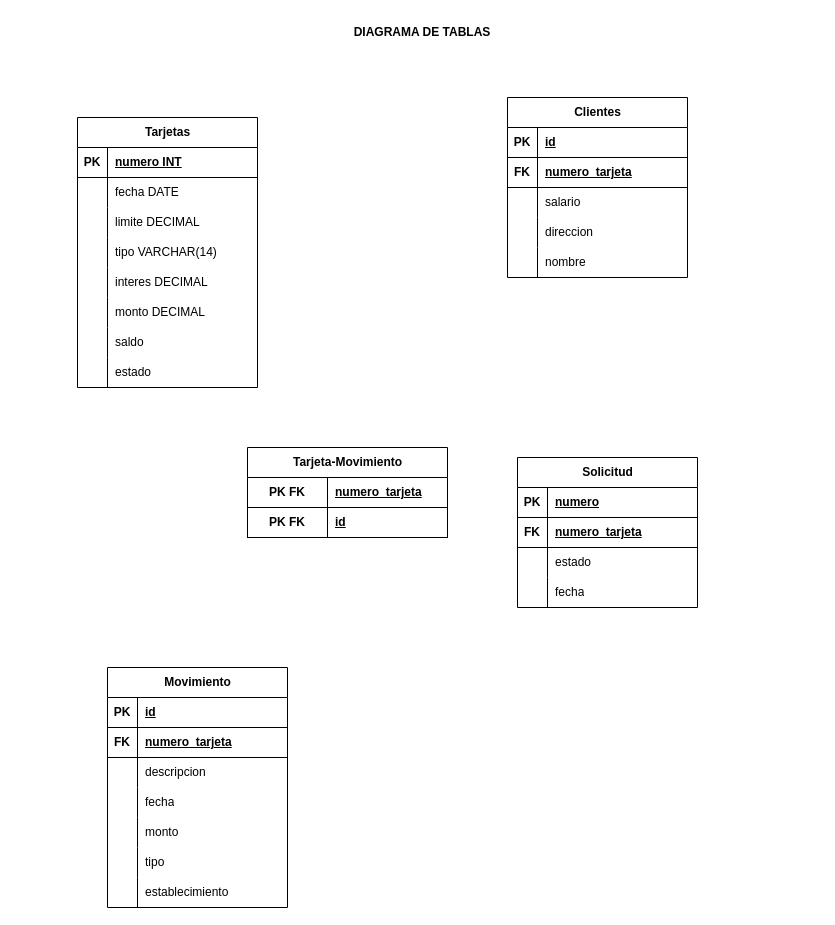
This is diagramaTablas.drawio from MynorDaniel/gestor-tarjetas-de-credito, a draw.io file, before an edit. Source tidied: cells renumbered, new cells numbered last; positions are measured from the earlier drawing's top-left corner, leaving out a move shared by most shapes. Both pictures are drawn from the tidied source at 100%, with x=0, y=0 at pixel (77, 17).
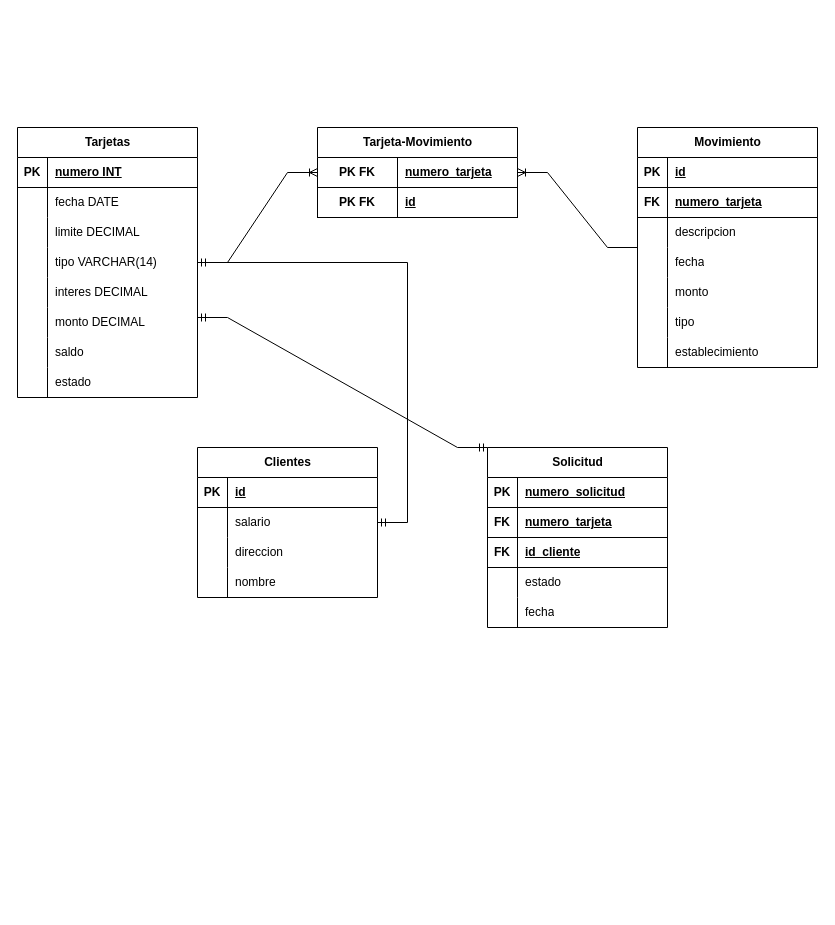
The same page after the edit.

Unchanged cells that the change refers to:
```xml
<mxCell id="3" style="shape=tableRow;horizontal=0;startSize=0;swimlaneHead=0;swimlaneBody=0;fillColor=none;top=0;left=0;right=0;bottom=1;" parent="2" vertex="1">
  <mxGeometry y="30" width="180" height="30" as="geometry" />
</mxCell>
```

Diff of the diagram source:
```diff
@@
     <mxCell id="2" value="Solicitud" style="shape=table;startSize=30;childLayout=tableLayout;rowLines=0;fontStyle=1;align=center;html=1;" parent="1" vertex="1">
-      <mxGeometry x="440" y="440" width="180" height="150" as="geometry" />
+      <mxGeometry x="410" y="430" width="180" height="180" as="geometry" />
     </mxCell>
@@
-    <mxCell id="5" value="numero" style="shape=partialRectangle;fillColor=none;top=0;left=0;bottom=0;right=0;align=left;spacingLeft=6;fontStyle=5;overflow=hidden;whiteSpace=wrap;html=1;" parent="3" vertex="1">
+    <mxCell id="5" value="numero_solicitud" style="shape=partialRectangle;fillColor=none;top=0;left=0;bottom=0;right=0;align=left;spacingLeft=6;fontStyle=5;overflow=hidden;whiteSpace=wrap;html=1;" parent="3" vertex="1">
       <mxGeometry x="30" width="150" height="30" as="geometry" />
     </mxCell>
@@
+    <mxCell id="86" style="shape=tableRow;horizontal=0;startSize=0;swimlaneHead=0;swimlaneBody=0;fillColor=none;top=0;left=0;right=0;bottom=1;" parent="2" vertex="1">
+      <mxGeometry y="90" width="180" height="30" as="geometry" />
+    </mxCell>
+    <mxCell id="42" value="FK" style="shape=partialRectangle;fillColor=none;top=0;left=0;bottom=0;right=0;fontStyle=1;overflow=hidden;whiteSpace=wrap;html=1;" parent="86" vertex="1">
+      <mxGeometry width="30" height="30" as="geometry" />
+    </mxCell>
+    <mxCell id="87" value="id_cliente" style="shape=partialRectangle;fillColor=none;top=0;left=0;bottom=0;right=0;align=left;spacingLeft=6;fontStyle=5;overflow=hidden;whiteSpace=wrap;html=1;" parent="86" vertex="1">
+      <mxGeometry x="30" width="150" height="30" as="geometry" />
+    </mxCell>
     <mxCell id="9" style="shape=tableRow;horizontal=0;startSize=0;swimlaneHead=0;swimlaneBody=0;fillColor=none;top=0;left=0;right=0;bottom=0;" parent="2" vertex="1">
-      <mxGeometry y="90" width="180" height="30" as="geometry" />
+      <mxGeometry y="120" width="180" height="30" as="geometry" />
     </mxCell>
@@
     <mxCell id="12" style="shape=tableRow;horizontal=0;startSize=0;swimlaneHead=0;swimlaneBody=0;fillColor=none;top=0;left=0;right=0;bottom=0;" parent="2" vertex="1">
-      <mxGeometry y="120" width="180" height="30" as="geometry" />
+      <mxGeometry y="150" width="180" height="30" as="geometry" />
     </mxCell>
@@
     <mxCell id="15" value="Movimiento" style="shape=table;startSize=30;childLayout=tableLayout;rowLines=0;fontStyle=1;align=center;html=1;" parent="1" vertex="1">
-      <mxGeometry x="30" y="650" width="180" height="240" as="geometry" />
+      <mxGeometry x="560" y="110" width="180" height="240" as="geometry" />
     </mxCell>
@@
     <mxCell id="37" value="Clientes" style="shape=table;startSize=30;childLayout=tableLayout;rowLines=0;fontStyle=1;align=center;html=1;" parent="1" vertex="1">
-      <mxGeometry x="430" y="80" width="180" height="180" as="geometry" />
+      <mxGeometry x="120" y="430" width="180" height="150" as="geometry" />
     </mxCell>
@@
-    <mxCell id="41" style="shape=tableRow;horizontal=0;startSize=0;swimlaneHead=0;swimlaneBody=0;fillColor=none;top=0;left=0;right=0;bottom=1;" parent="37" vertex="1">
-      <mxGeometry y="60" width="180" height="30" as="geometry" />
-    </mxCell>
-    <mxCell id="42" value="FK" style="shape=partialRectangle;fillColor=none;top=0;left=0;bottom=0;right=0;fontStyle=1;overflow=hidden;whiteSpace=wrap;html=1;" parent="41" vertex="1">
-      <mxGeometry width="30" height="30" as="geometry" />
-    </mxCell>
-    <mxCell id="43" value="numero_tarjeta" style="shape=partialRectangle;fillColor=none;top=0;left=0;bottom=0;right=0;align=left;spacingLeft=6;fontStyle=5;overflow=hidden;whiteSpace=wrap;html=1;" parent="41" vertex="1">
-      <mxGeometry x="30" width="150" height="30" as="geometry" />
-    </mxCell>
     <mxCell id="44" style="shape=tableRow;horizontal=0;startSize=0;swimlaneHead=0;swimlaneBody=0;fillColor=none;top=0;left=0;right=0;bottom=0;" parent="37" vertex="1">
-      <mxGeometry y="90" width="180" height="30" as="geometry" />
+      <mxGeometry y="60" width="180" height="30" as="geometry" />
     </mxCell>
@@
     <mxCell id="47" style="shape=tableRow;horizontal=0;startSize=0;swimlaneHead=0;swimlaneBody=0;fillColor=none;top=0;left=0;right=0;bottom=0;" parent="37" vertex="1">
-      <mxGeometry y="120" width="180" height="30" as="geometry" />
+      <mxGeometry y="90" width="180" height="30" as="geometry" />
     </mxCell>
@@
     <mxCell id="50" style="shape=tableRow;horizontal=0;startSize=0;swimlaneHead=0;swimlaneBody=0;fillColor=none;top=0;left=0;right=0;bottom=0;" parent="37" vertex="1">
-      <mxGeometry y="150" width="180" height="30" as="geometry" />
+      <mxGeometry y="120" width="180" height="30" as="geometry" />
     </mxCell>
@@
     <mxCell id="53" value="Tarjetas" style="shape=table;startSize=30;childLayout=tableLayout;rowLines=0;fontStyle=1;align=center;html=1;" parent="1" vertex="1">
-      <mxGeometry y="100" width="180" height="270" as="geometry" />
+      <mxGeometry x="-60" y="110" width="180" height="270" as="geometry" />
     </mxCell>
@@
-    <mxCell id="78" value="&lt;b&gt;DIAGRAMA DE TABLAS&lt;/b&gt;" style="text;strokeColor=none;align=center;fillColor=none;html=1;verticalAlign=middle;whiteSpace=wrap;rounded=0;" parent="1" vertex="1">
-      <mxGeometry x="195" width="300" height="30" as="geometry" />
-    </mxCell>
     <mxCell id="79" value="Tarjeta-Movimiento" style="shape=table;startSize=30;childLayout=tableLayout;rowLines=0;fontStyle=1;align=center;html=1;" parent="1" vertex="1">
-      <mxGeometry x="170" y="430" width="200" height="90" as="geometry" />
+      <mxGeometry x="240" y="110" width="200" height="90" as="geometry" />
     </mxCell>
@@
+    <mxCell id="88" style="edgeStyle=entityRelationEdgeStyle;fontSize=12;html=1;endArrow=ERoneToMany;rounded=0;" parent="1" edge="1" source="53" target="79">
+      <mxGeometry relative="1" as="geometry" />
+    </mxCell>
+    <mxCell id="89" style="edgeStyle=entityRelationEdgeStyle;fontSize=12;html=1;endArrow=ERoneToMany;rounded=0;" parent="1" edge="1" source="15" target="79">
+      <mxGeometry relative="1" as="geometry" />
+    </mxCell>
+    <mxCell id="90" style="edgeStyle=entityRelationEdgeStyle;fontSize=12;html=1;endArrow=ERmandOne;startArrow=ERmandOne;rounded=0;" parent="1" edge="1" source="53" target="37">
+      <mxGeometry relative="1" as="geometry" />
+    </mxCell>
+    <mxCell id="91" style="edgeStyle=entityRelationEdgeStyle;fontSize=12;html=1;endArrow=ERmandOne;startArrow=ERmandOne;rounded=0;entryX=0;entryY=0;entryDx=0;entryDy=0;" parent="1" edge="1" target="2">
+      <mxGeometry relative="1" as="geometry">
+        <mxPoint x="120" y="300" as="sourcePoint" />
+      </mxGeometry>
+    </mxCell>
```
